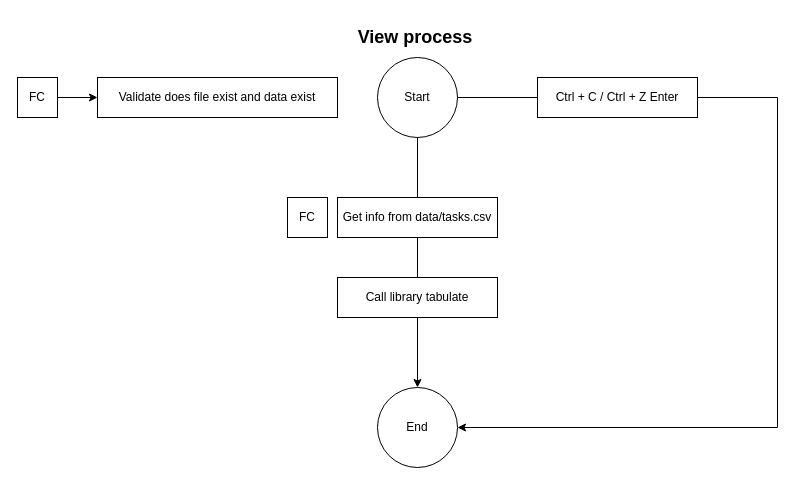
Mikolonija/motivation_app keeps this draw.io diagram as page "view_process" (7 of 10) of architecture.dio. Above is the earlier version. Source tidied: cells renumbered, new cells numbered last; positions are measured from the earlier drawing's top-left corner, leaving out a move shared by most shapes. Both pictures are drawn from the tidied source at 100%, with x=0, y=0 at pixel (17, 17).
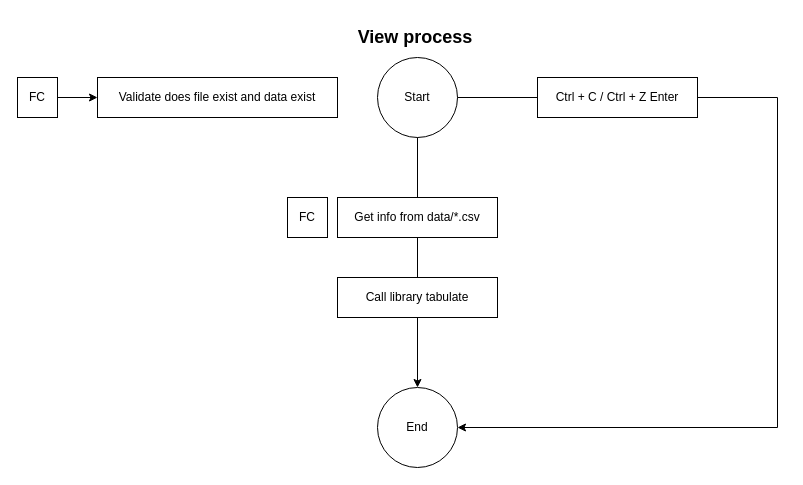
Above is the later version.

The edit, as a diff of the source:
```diff
@@
 <mxGraphModel>
   <root>
     <mxCell id="0" />
     <mxCell id="1" parent="0" />
     <mxCell id="2" value="Start" style="ellipse;whiteSpace=wrap;html=1;fontSize=12;" parent="1" vertex="1">
       <mxGeometry x="360" y="40" width="80" height="80" as="geometry" />
     </mxCell>
     <mxCell id="3" value="&lt;font style=&quot;font-size: 18px;&quot;&gt;&lt;b&gt;View process&amp;nbsp;&lt;/b&gt;&lt;/font&gt;" style="text;html=1;align=center;verticalAlign=middle;strokeColor=none;fillColor=none;" parent="1" vertex="1">
       <mxGeometry x="330" width="140" height="40" as="geometry" />
     </mxCell>
     <mxCell id="4" value="End" style="ellipse;whiteSpace=wrap;html=1;fontSize=12;" parent="1" vertex="1">
       <mxGeometry x="360" y="370" width="80" height="80" as="geometry" />
     </mxCell>
     <mxCell id="5" style="endArrow=classic;html=1;rounded=0;fontSize=12;entryX=1;entryY=0.5;entryDx=0;entryDy=0;exitX=1;exitY=0.5;exitDx=0;exitDy=0;startArrow=none;" parent="1" edge="1" source="7" target="4">
       <mxGeometry relative="1" as="geometry">
         <Array as="points">
           <mxPoint x="760" y="80" />
           <mxPoint x="760" y="410" />
         </Array>
       </mxGeometry>
     </mxCell>
     <mxCell id="6" style="endArrow=none;html=1;rounded=0;fontSize=12;entryX=1;entryY=0.5;entryDx=0;entryDy=0;exitX=1;exitY=0.5;exitDx=0;exitDy=0;" parent="1" edge="1" source="2" target="7">
       <mxGeometry relative="1" as="geometry" />
     </mxCell>
     <mxCell id="7" value="Ctrl + C / Ctrl + Z Enter" style="rounded=0;whiteSpace=wrap;html=1;" parent="1" vertex="1">
       <mxGeometry x="520" y="60" width="160" height="40" as="geometry" />
     </mxCell>
     <mxCell id="8" style="endArrow=none;html=1;entryX=0.5;entryY=1;entryDx=0;entryDy=0;exitX=0.5;exitY=0;exitDx=0;exitDy=0;" parent="1" edge="1" source="10">
       <mxGeometry relative="1" as="geometry">
         <mxPoint x="400" y="300" as="targetPoint" />
       </mxGeometry>
     </mxCell>
     <mxCell id="9" style="endArrow=classic;html=1;rounded=0;entryX=0.5;entryY=0;entryDx=0;entryDy=0;exitX=0.5;exitY=1;exitDx=0;exitDy=0;" parent="1" edge="1" source="2" target="4">
       <mxGeometry relative="1" as="geometry" />
     </mxCell>
-    <mxCell id="10" value="Get info from data/tasks.csv" style="rounded=0;whiteSpace=wrap;html=1;" parent="1" vertex="1">
+    <mxCell id="10" value="Get info from data/*.csv" style="rounded=0;whiteSpace=wrap;html=1;" parent="1" vertex="1">
       <mxGeometry x="320" y="180" width="160" height="40" as="geometry" />
     </mxCell>
     <mxCell id="11" value="Call library tabulate" style="rounded=0;whiteSpace=wrap;html=1;" parent="1" vertex="1">
       <mxGeometry x="320" y="260" width="160" height="40" as="geometry" />
     </mxCell>
     <mxCell id="12" value="Validate does file exist and data exist" style="rounded=0;whiteSpace=wrap;html=1;" parent="1" vertex="1">
       <mxGeometry x="80" y="60" width="240" height="40" as="geometry" />
     </mxCell>
     <mxCell id="13" value="FC" style="rounded=0;whiteSpace=wrap;html=1;" parent="1" vertex="1">
       <mxGeometry y="60" width="40" height="40" as="geometry" />
     </mxCell>
     <mxCell id="14" style="endArrow=classic;html=1;rounded=0;entryX=0;entryY=0.5;entryDx=0;entryDy=0;exitX=1;exitY=0.5;exitDx=0;exitDy=0;" parent="1" edge="1" source="13" target="12">
       <mxGeometry relative="1" as="geometry" />
     </mxCell>
     <mxCell id="15" value="FC" style="rounded=0;whiteSpace=wrap;html=1;" parent="1" vertex="1">
       <mxGeometry x="270" y="180" width="40" height="40" as="geometry" />
     </mxCell>
   </root>
 </mxGraphModel>
```
